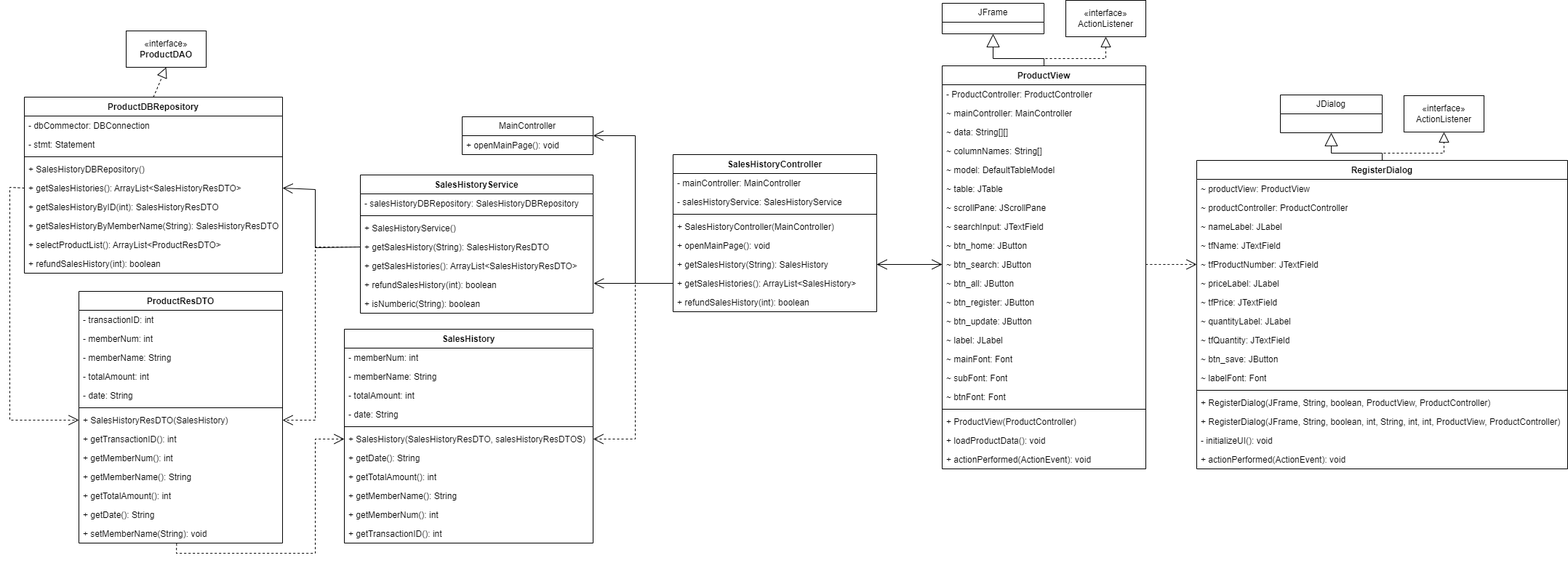
Earlier version of the draw.io export diagram/SalesHistory.drawio.png (P-POS/PPOS). Source tidied: cells renumbered, new cells last; positions are measured from the earlier drawing's top-left corner, leaving out a move shared by most shapes.
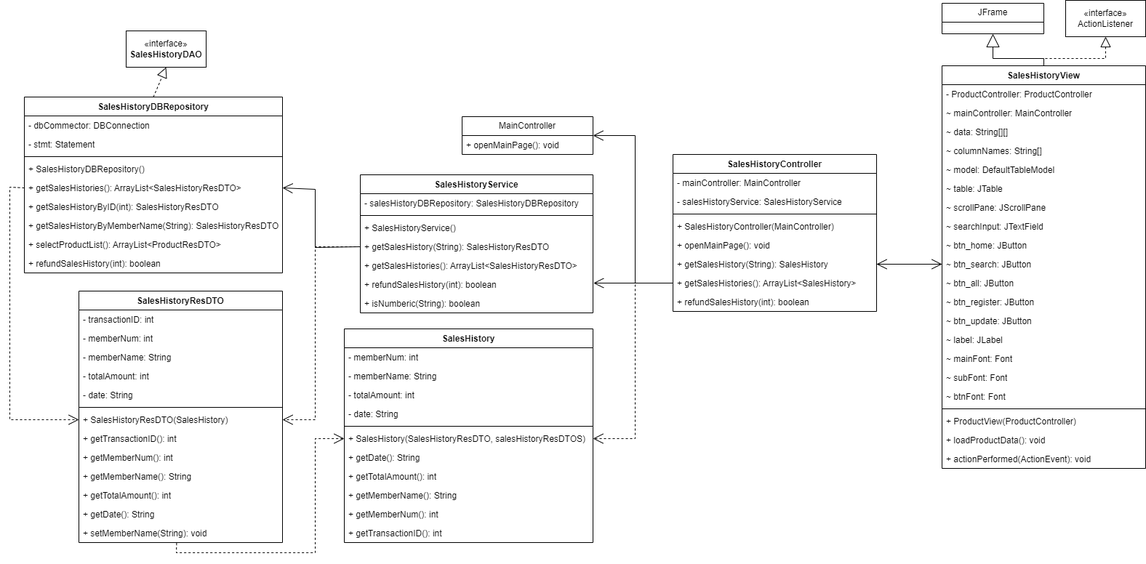
The same file after the commit.

Diff of the diagram source:
```diff
@@ -53,7 +53,7 @@
     <mxCell id="18" value="+ isNumberic(String):&amp;nbsp;boolean" style="text;strokeColor=none;fillColor=none;align=left;verticalAlign=top;spacingLeft=4;spacingRight=4;overflow=hidden;whiteSpace=wrap;html=1;" parent="11" vertex="1">
       <mxGeometry y="164" width="320" height="26" as="geometry" />
     </mxCell>
-    <mxCell id="19" value="&lt;span style=&quot;text-wrap: nowrap;&quot;&gt;ProductView&lt;/span&gt;" style="swimlane;fontStyle=1;align=center;verticalAlign=top;horizontal=1;startSize=26;whiteSpace=wrap;html=1;" parent="1" vertex="1">
+    <mxCell id="19" value="&lt;span style=&quot;text-wrap: nowrap;&quot;&gt;SalesHistoryView&lt;/span&gt;" style="swimlane;fontStyle=1;align=center;verticalAlign=top;horizontal=1;startSize=26;whiteSpace=wrap;html=1;" parent="1" vertex="1">
       <mxGeometry x="1282" y="90" width="280" height="554" as="geometry" />
     </mxCell>
     <mxCell id="20" value="&lt;span style=&quot;text-wrap: nowrap;&quot;&gt;- ProductController:&amp;nbsp;ProductController&lt;/span&gt;" style="text;strokeColor=none;fillColor=none;align=left;verticalAlign=top;spacingLeft=4;spacingRight=4;overflow=hidden;whiteSpace=wrap;html=1;" parent="19" vertex="1">
@@ -125,71 +125,6 @@
     <mxCell id="42" value="«interface»&lt;br&gt;ActionListener" style="html=1;whiteSpace=wrap;" parent="1" vertex="1">
       <mxGeometry x="1452" width="110" height="50" as="geometry" />
     </mxCell>
-    <mxCell id="43" value="&lt;span style=&quot;text-wrap: nowrap;&quot;&gt;RegisterDialog&lt;/span&gt;" style="swimlane;fontStyle=1;align=center;verticalAlign=top;horizontal=1;startSize=26;whiteSpace=wrap;html=1;" parent="1" vertex="1">
-      <mxGeometry x="1632" y="220" width="510" height="424" as="geometry" />
-    </mxCell>
-    <mxCell id="44" value="&lt;span style=&quot;text-wrap: nowrap;&quot;&gt;~ productView:&amp;nbsp;ProductView&lt;/span&gt;" style="text;strokeColor=none;fillColor=none;align=left;verticalAlign=top;spacingLeft=4;spacingRight=4;overflow=hidden;whiteSpace=wrap;html=1;" parent="43" vertex="1">
-      <mxGeometry y="26" width="510" height="26" as="geometry" />
-    </mxCell>
-    <mxCell id="45" value="&lt;span style=&quot;text-wrap: nowrap;&quot;&gt;~ productController:&amp;nbsp;ProductController&lt;/span&gt;" style="text;strokeColor=none;fillColor=none;align=left;verticalAlign=top;spacingLeft=4;spacingRight=4;overflow=hidden;whiteSpace=wrap;html=1;" parent="43" vertex="1">
-      <mxGeometry y="52" width="510" height="26" as="geometry" />
-    </mxCell>
-    <mxCell id="46" value="&lt;span style=&quot;text-wrap: nowrap;&quot;&gt;~ nameLabel:&amp;nbsp;JLabel&lt;/span&gt;" style="text;strokeColor=none;fillColor=none;align=left;verticalAlign=top;spacingLeft=4;spacingRight=4;overflow=hidden;whiteSpace=wrap;html=1;" parent="43" vertex="1">
-      <mxGeometry y="78" width="510" height="26" as="geometry" />
-    </mxCell>
-    <mxCell id="47" value="&lt;span style=&quot;text-wrap: nowrap;&quot;&gt;~ tfName:&amp;nbsp;JTextField&lt;/span&gt;" style="text;strokeColor=none;fillColor=none;align=left;verticalAlign=top;spacingLeft=4;spacingRight=4;overflow=hidden;whiteSpace=wrap;html=1;" parent="43" vertex="1">
-      <mxGeometry y="104" width="510" height="26" as="geometry" />
-    </mxCell>
-    <mxCell id="48" value="&lt;span style=&quot;text-wrap: nowrap;&quot;&gt;~ tfProductNumber:&amp;nbsp;JTextField&lt;/span&gt;" style="text;strokeColor=none;fillColor=none;align=left;verticalAlign=top;spacingLeft=4;spacingRight=4;overflow=hidden;points=[[0,0.5],[1,0.5]];portConstraint=eastwest;whiteSpace=wrap;html=1;" parent="43" vertex="1">
-      <mxGeometry y="130" width="510" height="26" as="geometry" />
-    </mxCell>
-    <mxCell id="49" value="&lt;span style=&quot;text-wrap: nowrap;&quot;&gt;~ priceLabel:&amp;nbsp;JLabel&lt;/span&gt;" style="text;strokeColor=none;fillColor=none;align=left;verticalAlign=top;spacingLeft=4;spacingRight=4;overflow=hidden;whiteSpace=wrap;html=1;" parent="43" vertex="1">
-      <mxGeometry y="156" width="510" height="26" as="geometry" />
-    </mxCell>
-    <mxCell id="50" value="&lt;span style=&quot;text-wrap: nowrap;&quot;&gt;~ tfPrice:&amp;nbsp;JTextField&lt;/span&gt;" style="text;strokeColor=none;fillColor=none;align=left;verticalAlign=top;spacingLeft=4;spacingRight=4;overflow=hidden;whiteSpace=wrap;html=1;" parent="43" vertex="1">
-      <mxGeometry y="182" width="510" height="26" as="geometry" />
-    </mxCell>
-    <mxCell id="51" value="&lt;span style=&quot;text-wrap: nowrap;&quot;&gt;~ quantityLabel:&amp;nbsp;JLabel&lt;/span&gt;" style="text;strokeColor=none;fillColor=none;align=left;verticalAlign=top;spacingLeft=4;spacingRight=4;overflow=hidden;whiteSpace=wrap;html=1;" parent="43" vertex="1">
-      <mxGeometry y="208" width="510" height="26" as="geometry" />
-    </mxCell>
-    <mxCell id="52" value="&lt;span style=&quot;text-wrap: nowrap;&quot;&gt;~ tfQuantity:&amp;nbsp;JTextField&lt;/span&gt;" style="text;strokeColor=none;fillColor=none;align=left;verticalAlign=top;spacingLeft=4;spacingRight=4;overflow=hidden;whiteSpace=wrap;html=1;" parent="43" vertex="1">
-      <mxGeometry y="234" width="510" height="26" as="geometry" />
-    </mxCell>
-    <mxCell id="53" value="&lt;span style=&quot;text-wrap: nowrap;&quot;&gt;~ btn_save:&amp;nbsp;JButton&lt;/span&gt;" style="text;strokeColor=none;fillColor=none;align=left;verticalAlign=top;spacingLeft=4;spacingRight=4;overflow=hidden;whiteSpace=wrap;html=1;" parent="43" vertex="1">
-      <mxGeometry y="260" width="510" height="26" as="geometry" />
-    </mxCell>
-    <mxCell id="54" value="&lt;span style=&quot;text-wrap: nowrap;&quot;&gt;~ labelFont:&amp;nbsp;Font&lt;/span&gt;" style="text;strokeColor=none;fillColor=none;align=left;verticalAlign=top;spacingLeft=4;spacingRight=4;overflow=hidden;whiteSpace=wrap;html=1;" parent="43" vertex="1">
-      <mxGeometry y="286" width="510" height="26" as="geometry" />
-    </mxCell>
-    <mxCell id="55" style="line;strokeWidth=1;fillColor=none;align=left;verticalAlign=middle;spacingTop=-1;spacingLeft=3;spacingRight=3;labelPosition=right;strokeColor=inherit;" parent="43" vertex="1">
-      <mxGeometry y="312" width="510" height="8" as="geometry" />
-    </mxCell>
-    <mxCell id="56" value="+ RegisterDialog(JFrame, String, boolean, ProductView, ProductController)" style="text;strokeColor=none;fillColor=none;align=left;verticalAlign=top;spacingLeft=4;spacingRight=4;overflow=hidden;whiteSpace=wrap;html=1;" parent="43" vertex="1">
-      <mxGeometry y="320" width="510" height="26" as="geometry" />
-    </mxCell>
-    <mxCell id="57" value="+ RegisterDialog(JFrame, String, boolean, int, String, int, int, ProductView, ProductController)" style="text;strokeColor=none;fillColor=none;align=left;verticalAlign=top;spacingLeft=4;spacingRight=4;overflow=hidden;whiteSpace=wrap;html=1;" parent="43" vertex="1">
-      <mxGeometry y="346" width="510" height="26" as="geometry" />
-    </mxCell>
-    <mxCell id="58" value="- initializeUI(&lt;span style=&quot;background-color: initial;&quot;&gt;): void&lt;/span&gt;" style="text;strokeColor=none;fillColor=none;align=left;verticalAlign=top;spacingLeft=4;spacingRight=4;overflow=hidden;whiteSpace=wrap;html=1;" parent="43" vertex="1">
-      <mxGeometry y="372" width="510" height="26" as="geometry" />
-    </mxCell>
-    <mxCell id="59" value="+ actionPerformed(&lt;span style=&quot;background-color: initial;&quot;&gt;ActionEvent): void&lt;/span&gt;" style="text;strokeColor=none;fillColor=none;align=left;verticalAlign=top;spacingLeft=4;spacingRight=4;overflow=hidden;whiteSpace=wrap;html=1;" parent="43" vertex="1">
-      <mxGeometry y="398" width="510" height="26" as="geometry" />
-    </mxCell>
-    <mxCell id="60" value="JDialog" style="swimlane;fontStyle=0;horizontal=1;startSize=26;fillColor=none;whiteSpace=wrap;html=1;" parent="1" vertex="1">
-      <mxGeometry x="1747" y="130" width="140" height="52" as="geometry" />
-    </mxCell>
-    <mxCell id="61" value="«interface»&lt;br&gt;ActionListener" style="html=1;whiteSpace=wrap;" parent="1" vertex="1">
-      <mxGeometry x="1917" y="131" width="110" height="50" as="geometry" />
-    </mxCell>
-    <mxCell id="62" style="endArrow=block;dashed=1;endFill=0;endSize=12;html=1;rounded=0;entryX=0.5;entryY=1;entryDx=0;entryDy=0;exitX=0.5;exitY=0;exitDx=0;exitDy=0;" parent="1" edge="1" source="43" target="61">
-      <mxGeometry relative="1" as="geometry">
-        <Array as="points">
-          <mxPoint x="1887" y="210" />
-          <mxPoint x="1972" y="210" />
-        </Array>
-      </mxGeometry>
-    </mxCell>
     <mxCell id="63" style="endArrow=block;dashed=1;endFill=0;endSize=12;html=1;rounded=0;exitX=0.5;exitY=0;exitDx=0;exitDy=0;entryX=0.5;entryY=1;entryDx=0;entryDy=0;" parent="1" edge="1" source="19" target="42">
       <mxGeometry relative="1" as="geometry">
         <Array as="points">
@@ -206,14 +141,6 @@
         </Array>
       </mxGeometry>
     </mxCell>
-    <mxCell id="65" style="endArrow=block;endSize=16;endFill=0;html=1;rounded=0;entryX=0.5;entryY=1;entryDx=0;entryDy=0;exitX=0.5;exitY=0;exitDx=0;exitDy=0;" parent="1" edge="1" source="43" target="60">
-      <mxGeometry relative="1" as="geometry">
-        <Array as="points">
-          <mxPoint x="1887" y="210" />
-          <mxPoint x="1817" y="210" />
-        </Array>
-      </mxGeometry>
-    </mxCell>
     <mxCell id="66" style="endArrow=open;endFill=1;endSize=12;html=1;rounded=0;exitX=0;exitY=0.5;exitDx=0;exitDy=0;entryX=1;entryY=0.5;entryDx=0;entryDy=0;" parent="1" edge="1" source="9" target="114">
       <mxGeometry relative="1" as="geometry">
         <Array as="points">
@@ -228,7 +155,7 @@
     <mxCell id="68" style="endArrow=open;endFill=1;endSize=12;html=1;rounded=0;entryX=0;entryY=0.5;entryDx=0;entryDy=0;" parent="1" edge="1" source="8" target="29">
       <mxGeometry relative="1" as="geometry" />
     </mxCell>
-    <mxCell id="69" value="«interface»&lt;br&gt;&lt;b&gt;ProductDAO&lt;/b&gt;" style="html=1;whiteSpace=wrap;" parent="1" vertex="1">
+    <mxCell id="69" value="«interface»&lt;br&gt;&lt;b&gt;SalesHistoryDAO&lt;/b&gt;" style="html=1;whiteSpace=wrap;" parent="1" vertex="1">
       <mxGeometry x="160" y="42" width="110" height="50" as="geometry" />
     </mxCell>
     <mxCell id="70" value="&lt;span style=&quot;text-wrap: nowrap;&quot;&gt;SalesHistory&lt;/span&gt;" style="swimlane;fontStyle=1;align=center;verticalAlign=top;horizontal=1;startSize=26;whiteSpace=wrap;html=1;" parent="1" vertex="1">
@@ -267,7 +194,7 @@
     <mxCell id="81" value="+ getTransactionID(): int" style="text;strokeColor=none;fillColor=none;align=left;verticalAlign=top;spacingLeft=4;spacingRight=4;overflow=hidden;whiteSpace=wrap;html=1;" parent="70" vertex="1">
       <mxGeometry y="268" width="342" height="26" as="geometry" />
     </mxCell>
-    <mxCell id="82" value="&lt;span style=&quot;text-wrap: nowrap;&quot;&gt;ProductDBRepository&lt;/span&gt;" style="swimlane;fontStyle=1;align=center;verticalAlign=top;horizontal=1;startSize=26;whiteSpace=wrap;html=1;" parent="1" vertex="1">
+    <mxCell id="82" value="&lt;span style=&quot;text-wrap: nowrap;&quot;&gt;SalesHistoryDBRepository&lt;/span&gt;" style="swimlane;fontStyle=1;align=center;verticalAlign=top;horizontal=1;startSize=26;whiteSpace=wrap;html=1;" parent="1" vertex="1">
       <mxGeometry x="20" y="133" width="355" height="242" as="geometry" />
     </mxCell>
     <mxCell id="83" value="&lt;span style=&quot;text-wrap: nowrap;&quot;&gt;- dbCommector: DBConnection&lt;/span&gt;" style="text;strokeColor=none;fillColor=none;align=left;verticalAlign=top;spacingLeft=4;spacingRight=4;overflow=hidden;whiteSpace=wrap;html=1;" parent="82" vertex="1">
@@ -312,10 +239,7 @@
     <mxCell id="94" style="endArrow=open;endFill=1;endSize=12;html=1;rounded=0;exitX=0;exitY=0.5;exitDx=0;exitDy=0;entryX=1;entryY=0.5;entryDx=0;entryDy=0;" parent="1" edge="1" source="29" target="8">
       <mxGeometry relative="1" as="geometry" />
     </mxCell>
-    <mxCell id="95" style="endArrow=open;endSize=12;dashed=1;html=1;rounded=0;fontSize=12;curved=1;exitX=1;exitY=0.5;exitDx=0;exitDy=0;entryX=0;entryY=0.5;entryDx=0;entryDy=0;" parent="1" edge="1" source="29" target="48">
-      <mxGeometry relative="1" as="geometry" />
-    </mxCell>
-    <mxCell id="96" value="&lt;span style=&quot;text-wrap: nowrap;&quot;&gt;ProductResDTO&lt;/span&gt;" style="swimlane;fontStyle=1;align=center;verticalAlign=top;horizontal=1;startSize=26;whiteSpace=wrap;html=1;" parent="1" vertex="1">
+    <mxCell id="96" value="&lt;span style=&quot;text-wrap: nowrap;&quot;&gt;SalesHistoryResDTO&lt;/span&gt;" style="swimlane;fontStyle=1;align=center;verticalAlign=top;horizontal=1;startSize=26;whiteSpace=wrap;html=1;" parent="1" vertex="1">
       <mxGeometry x="95" y="400" width="280" height="346" as="geometry" />
     </mxCell>
     <mxCell id="97" value="&lt;span style=&quot;text-wrap: nowrap;&quot;&gt;- transactionID:&amp;nbsp;int&lt;/span&gt;" style="text;strokeColor=none;fillColor=none;align=left;verticalAlign=top;spacingLeft=4;spacingRight=4;overflow=hidden;whiteSpace=wrap;html=1;" parent="96" vertex="1">
```
